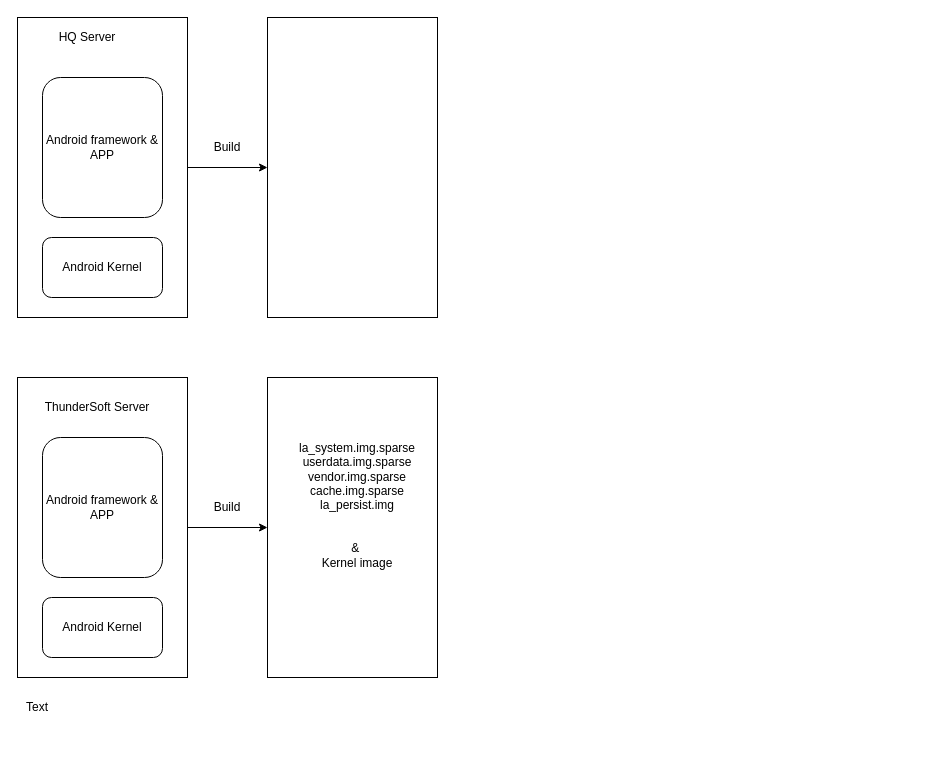
The draw.io diagram draw.io/AndroidKernelIntegratedProcess.drawio in beabetterman/MyLearn, before the edit. Source tidied: cells renumbered, new cells numbered last; positions are measured from the earlier drawing's top-left corner, leaving out a move shared by most shapes. Both pictures are drawn from the tidied source at 100%, with x=0, y=0 at pixel (17, 17).
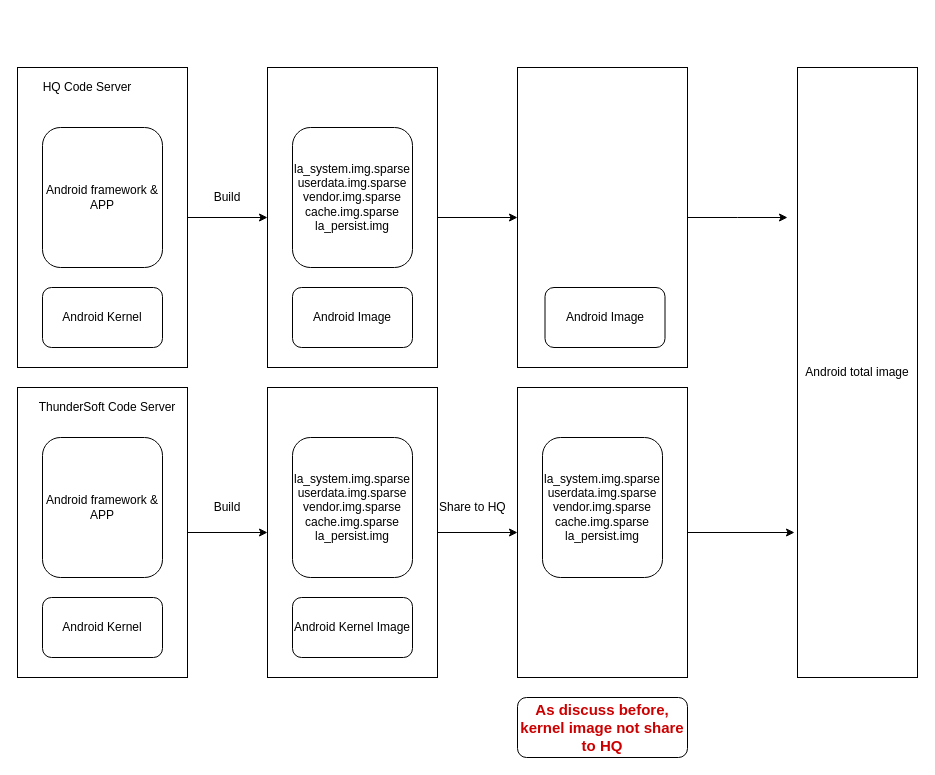
The same page after the edit.

Change to the diagram source:
```diff
@@
     <mxCell id="3" style="rounded=0;whiteSpace=wrap;html=1;" parent="1" vertex="1">
-      <mxGeometry width="170" height="300" as="geometry" />
+      <mxGeometry y="50" width="170" height="300" as="geometry" />
     </mxCell>
+    <mxCell id="18" style="edgeStyle=orthogonalEdgeStyle;rounded=0;jettySize=auto;html=1;fontColor=#CC0000;" parent="1" edge="1" source="4" target="20">
+      <mxGeometry relative="1" as="geometry" />
+    </mxCell>
     <mxCell id="4" style="rounded=0;whiteSpace=wrap;html=1;" parent="1" vertex="1">
-      <mxGeometry x="250" width="170" height="300" as="geometry" />
+      <mxGeometry x="250" y="50" width="170" height="300" as="geometry" />
     </mxCell>
+    <mxCell id="19" style="edgeStyle=orthogonalEdgeStyle;rounded=0;jettySize=auto;html=1;exitX=1;exitY=0.5;exitDx=0;exitDy=0;fontColor=#CC0000;" parent="1" edge="1" source="20">
+      <mxGeometry relative="1" as="geometry">
+        <mxPoint x="770" y="200" as="targetPoint" />
+      </mxGeometry>
+    </mxCell>
+    <mxCell id="20" style="rounded=0;whiteSpace=wrap;html=1;" parent="1" vertex="1">
+      <mxGeometry x="500" y="50" width="170" height="300" as="geometry" />
+    </mxCell>
     <mxCell id="5" value="Android framework &amp;amp; APP" style="rounded=1;whiteSpace=wrap;html=1;" parent="1" vertex="1">
-      <mxGeometry x="25" y="60" width="120" height="140" as="geometry" />
+      <mxGeometry x="25" y="110" width="120" height="140" as="geometry" />
     </mxCell>
     <mxCell id="6" value="Android Kernel" style="rounded=1;whiteSpace=wrap;html=1;" parent="1" vertex="1">
-      <mxGeometry x="25" y="220" width="120" height="60" as="geometry" />
+      <mxGeometry x="25" y="270" width="120" height="60" as="geometry" />
     </mxCell>
@@
     <mxCell id="8" style="rounded=0;whiteSpace=wrap;html=1;" parent="1" vertex="1">
-      <mxGeometry y="360" width="170" height="300" as="geometry" />
+      <mxGeometry y="370" width="170" height="290" as="geometry" />
     </mxCell>
+    <mxCell id="21" style="edgeStyle=orthogonalEdgeStyle;rounded=0;jettySize=auto;html=1;" parent="1" edge="1" source="9" target="23">
+      <mxGeometry relative="1" as="geometry" />
+    </mxCell>
     <mxCell id="9" style="rounded=0;whiteSpace=wrap;html=1;" parent="1" vertex="1">
-      <mxGeometry x="250" y="360" width="170" height="300" as="geometry" />
+      <mxGeometry x="250" y="370" width="170" height="290" as="geometry" />
     </mxCell>
+    <mxCell id="22" style="edgeStyle=orthogonalEdgeStyle;rounded=0;jettySize=auto;html=1;exitX=1;exitY=0.5;exitDx=0;exitDy=0;" parent="1" edge="1" source="23">
+      <mxGeometry relative="1" as="geometry">
+        <mxPoint x="777" y="515" as="targetPoint" />
+      </mxGeometry>
+    </mxCell>
+    <mxCell id="23" style="rounded=0;whiteSpace=wrap;html=1;" parent="1" vertex="1">
+      <mxGeometry x="500" y="370" width="170" height="290" as="geometry" />
+    </mxCell>
@@
-    <mxCell id="12" value="Text" style="text;html=1;strokeColor=none;fillColor=none;align=center;verticalAlign=middle;whiteSpace=wrap;rounded=0;" parent="1" vertex="1">
-      <mxGeometry y="680" width="40" height="20" as="geometry" />
-    </mxCell>
-    <mxCell id="13" value="HQ Server" style="text;html=1;strokeColor=none;fillColor=none;align=center;verticalAlign=middle;whiteSpace=wrap;rounded=0;" parent="1" vertex="1">
-      <mxGeometry x="20" y="10" width="100" height="20" as="geometry" />
+    <mxCell id="13" value="HQ Code Server" style="text;html=1;strokeColor=none;fillColor=none;align=center;verticalAlign=middle;whiteSpace=wrap;rounded=0;" parent="1" vertex="1">
+      <mxGeometry x="20" y="60" width="100" height="20" as="geometry" />
     </mxCell>
-    <mxCell id="14" value="ThunderSoft Server" style="text;html=1;strokeColor=none;fillColor=none;align=center;verticalAlign=middle;whiteSpace=wrap;rounded=0;" parent="1" vertex="1">
-      <mxGeometry x="20" y="380" width="120" height="20" as="geometry" />
+    <mxCell id="14" value="ThunderSoft Code Server" style="text;html=1;strokeColor=none;fillColor=none;align=center;verticalAlign=middle;whiteSpace=wrap;rounded=0;" parent="1" vertex="1">
+      <mxGeometry x="20" y="380" width="140" height="20" as="geometry" />
     </mxCell>
     <mxCell id="15" value="Build" style="text;html=1;strokeColor=none;fillColor=none;align=center;verticalAlign=middle;whiteSpace=wrap;rounded=0;" parent="1" vertex="1">
-      <mxGeometry x="190" y="120" width="40" height="20" as="geometry" />
+      <mxGeometry x="190" y="170" width="40" height="20" as="geometry" />
     </mxCell>
@@
-    <mxCell id="17" value="&lt;div&gt;la_system.img.sparse&lt;/div&gt;&lt;div&gt;userdata.img.sparse&lt;/div&gt;&lt;div&gt;vendor.img.sparse&lt;/div&gt;&lt;div&gt;cache.img.sparse&lt;/div&gt;&lt;div&gt;la_persist.img&lt;/div&gt;&lt;div&gt;&lt;br&gt;&lt;/div&gt;&lt;div&gt;&lt;br&gt;&lt;/div&gt;&lt;div&gt;&amp;amp;&amp;nbsp;&lt;/div&gt;&lt;div&gt;Kernel image&lt;/div&gt;" style="text;html=1;strokeColor=none;fillColor=none;align=center;verticalAlign=middle;whiteSpace=wrap;rounded=0;" parent="1" vertex="1">
-      <mxGeometry x="275" y="395" width="130" height="185" as="geometry" />
-    </mxCell>
+    <mxCell id="24" value="Share to HQ" style="text;html=1;align=left;verticalAlign=top;spacingTop=-4;" parent="1" vertex="1">
+      <mxGeometry x="420" y="480" width="80" height="20" as="geometry" />
+    </mxCell>
+    <mxCell id="25" value="Android total image" style="rounded=0;whiteSpace=wrap;html=1;" parent="1" vertex="1">
+      <mxGeometry x="780" y="50" width="120" height="610" as="geometry" />
+    </mxCell>
+    <mxCell id="26" value="Android Image" style="rounded=1;whiteSpace=wrap;html=1;" parent="1" vertex="1">
+      <mxGeometry x="275" y="270" width="120" height="60" as="geometry" />
+    </mxCell>
+    <mxCell id="27" value="&lt;div&gt;la_system.img.sparse&lt;/div&gt;&lt;div&gt;userdata.img.sparse&lt;/div&gt;&lt;div&gt;vendor.img.sparse&lt;/div&gt;&lt;div&gt;cache.img.sparse&lt;/div&gt;&lt;div&gt;la_persist.img&lt;/div&gt;" style="rounded=1;whiteSpace=wrap;html=1;" parent="1" vertex="1">
+      <mxGeometry x="275" y="420" width="120" height="140" as="geometry" />
+    </mxCell>
+    <mxCell id="28" value="Android Kernel Image" style="rounded=1;whiteSpace=wrap;html=1;" parent="1" vertex="1">
+      <mxGeometry x="275" y="580" width="120" height="60" as="geometry" />
+    </mxCell>
+    <mxCell id="29" value="&lt;div&gt;la_system.img.sparse&lt;/div&gt;&lt;div&gt;userdata.img.sparse&lt;/div&gt;&lt;div&gt;vendor.img.sparse&lt;/div&gt;&lt;div&gt;cache.img.sparse&lt;/div&gt;&lt;div&gt;la_persist.img&lt;/div&gt;" style="rounded=1;whiteSpace=wrap;html=1;" parent="1" vertex="1">
+      <mxGeometry x="525" y="420" width="120" height="140" as="geometry" />
+    </mxCell>
+    <mxCell id="30" value="&lt;span style=&quot;font-size: 15px&quot;&gt;As discuss before, kernel image not share to HQ&lt;/span&gt;" style="rounded=1;whiteSpace=wrap;html=1;fontColor=#CC0000;fontStyle=1;fontSize=15;" parent="1" vertex="1">
+      <mxGeometry x="500" y="680" width="170" height="60" as="geometry" />
+    </mxCell>
+    <mxCell id="31" value="&lt;div&gt;la_system.img.sparse&lt;/div&gt;&lt;div&gt;userdata.img.sparse&lt;/div&gt;&lt;div&gt;vendor.img.sparse&lt;/div&gt;&lt;div&gt;cache.img.sparse&lt;/div&gt;&lt;div&gt;la_persist.img&lt;/div&gt;" style="rounded=1;whiteSpace=wrap;html=1;" parent="1" vertex="1">
+      <mxGeometry x="275" y="110" width="120" height="140" as="geometry" />
+    </mxCell>
+    <mxCell id="32" value="Android Image" style="rounded=1;whiteSpace=wrap;html=1;" parent="1" vertex="1">
+      <mxGeometry x="527.5" y="270" width="120" height="60" as="geometry" />
+    </mxCell>
```
